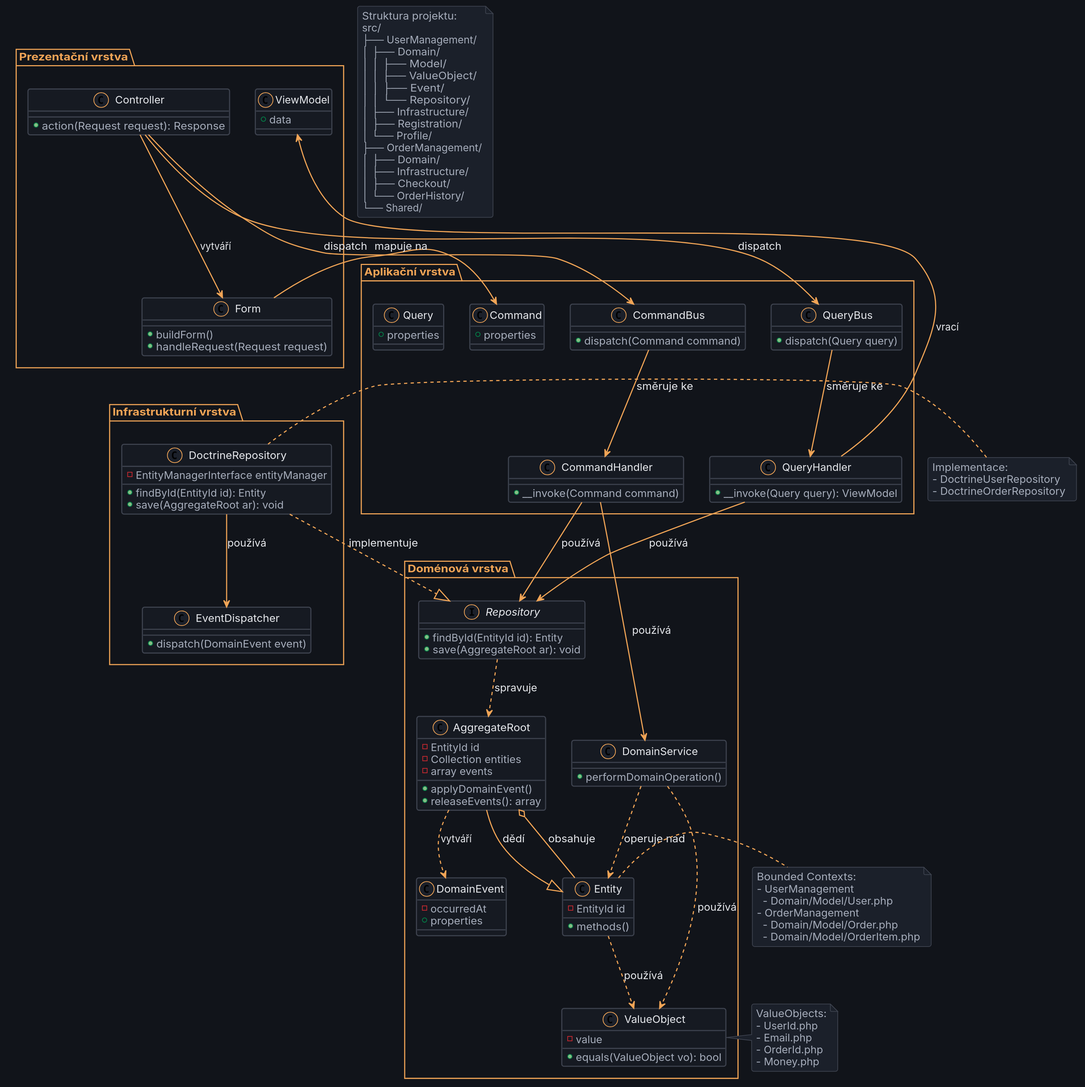
MichalKatuscak/ddd-v-symfony keeps this PlantUML diagram as public/images/diagrams/3_implementation_in_symfony/diagram.svg. Above is the earlier version. Its diagram source:
```plantuml
@startuml diagram
skinparam dpi 150
skinparam backgroundColor #11141A
skinparam shadowing false
skinparam roundCorner 6

skinparam defaultFontName "DejaVu Sans"
skinparam defaultFontSize 14
skinparam defaultFontColor #E6E8EC
skinparam defaultTextAlignment center


skinparam ArrowColor #F0A456
skinparam ArrowFontColor #E6E8EC
skinparam ArrowThickness 1.5

skinparam node {
  BackgroundColor #161A22
  BorderColor #3D424E
  FontColor #E6E8EC
}

skinparam component {
  BackgroundColor #161A22
  BorderColor #3D424E
  FontColor #E6E8EC
}

skinparam rectangle {
  BackgroundColor #161A22
  BorderColor #3D424E
  FontColor #E6E8EC
}

skinparam package {
  BackgroundColor #11141A
  BorderColor #F0A456
  FontColor #F0A456
}

skinparam folder {
  BackgroundColor #161A22
  BorderColor #3D424E
  FontColor #E6E8EC
}

skinparam frame {
  BackgroundColor #161A22
  BorderColor #3D424E
  FontColor #E6E8EC
}

skinparam database {
  BackgroundColor #1B202A
  BorderColor #3D424E
  FontColor #E6E8EC
}

skinparam queue {
  BackgroundColor #1B202A
  BorderColor #3D424E
  FontColor #E6E8EC
}

skinparam cloud {
  BackgroundColor #1B202A
  BorderColor #3D424E
  FontColor #E6E8EC
}

skinparam actor {
  BackgroundColor #161A22
  BorderColor #F0A456
  FontColor #E6E8EC
}

skinparam usecase {
  BackgroundColor #161A22
  BorderColor #3D424E
  FontColor #E6E8EC
}

skinparam class {
  BackgroundColor #161A22
  BorderColor #3D424E
  HeaderBackgroundColor #1B202A
  ArrowColor #F0A456
  FontColor #E6E8EC
  AttributeFontColor #A6ADBB
  StereotypeFontColor #F0A456
}

skinparam object {
  BackgroundColor #161A22
  BorderColor #3D424E
  FontColor #E6E8EC
}

skinparam sequence {
  ParticipantBackgroundColor #161A22
  ParticipantBorderColor #3D424E
  ParticipantFontColor #E6E8EC
  ActorBackgroundColor #161A22
  ActorBorderColor #F0A456
  ActorFontColor #E6E8EC
  LifeLineBorderColor #3D424E
  LifeLineBackgroundColor #1B202A
  ArrowColor #F0A456
  ArrowFontColor #E6E8EC
  GroupBackgroundColor #1B202A
  GroupBorderColor #3D424E
  GroupFontColor #A6ADBB
  GroupHeaderFontColor #F0A456
  BoxBackgroundColor #11141A
  BoxBorderColor #F0A456
  BoxFontColor #F0A456
  DividerBackgroundColor #1B202A
  DividerBorderColor #3D424E
  DividerFontColor #A6ADBB
  ReferenceBackgroundColor #161A22
  ReferenceBorderColor #3D424E
  ReferenceFontColor #E6E8EC
  ReferenceHeaderBackgroundColor #1B202A
  StereotypeFontColor #F0A456
}

skinparam state {
  BackgroundColor #161A22
  BorderColor #3D424E
  FontColor #E6E8EC
  StartColor #F0A456
  EndColor #F0A456
  ArrowColor #F0A456
  AttributeFontColor #A6ADBB
}

skinparam activity {
  BackgroundColor #161A22
  BorderColor #3D424E
  FontColor #E6E8EC
  ArrowColor #F0A456
  StartColor #F0A456
  EndColor #F0A456
  BarColor #F0A456
  DiamondBackgroundColor #1B202A
  DiamondBorderColor #3D424E
  DiamondFontColor #E6E8EC
}

skinparam note {
  BackgroundColor #1B202A
  BorderColor #3D424E
  FontColor #A6ADBB
}

skinparam title {
  FontColor #E6E8EC
  FontSize 18
}

skinparam legend {
  BackgroundColor #161A22
  BorderColor #3D424E
  FontColor #A6ADBB
}

skinparam caption {
  FontColor #A6ADBB
}

skinparam stereotype {
  CBackgroundColor #1B202A
  CBorderColor #F0A456
  ABackgroundColor #1B202A
  ABorderColor #F0A456
  IBackgroundColor #1B202A
  IBorderColor #F0A456
  EBackgroundColor #1B202A
  EBorderColor #F0A456
}

package "Prezentační vrstva" {
  class Controller {
    + action(Request request): Response
  }
  class Form {
    + buildForm()
    + handleRequest(Request request)
  }
  class ViewModel {
    + data
  }
}

package "Aplikační vrstva" {
  class CommandBus {
    + dispatch(Command command)
  }
  class Command {
    + properties
  }
  class CommandHandler {
    + __invoke(Command command)
  }
  class QueryBus {
    + dispatch(Query query)
  }
  class Query {
    + properties
  }
  class QueryHandler {
    + __invoke(Query query): ViewModel
  }
}

package "Doménová vrstva" {
  class Entity {
    - EntityId id
    + methods()
  }
  class ValueObject {
    - value
    + equals(ValueObject vo): bool
  }
  class AggregateRoot {
    - EntityId id
    - Collection entities
    - array events
    + applyDomainEvent()
    + releaseEvents(): array
  }
  class DomainEvent {
    - occurredAt
    + properties
  }
  interface Repository {
    + findById(EntityId id): Entity
    + save(AggregateRoot ar): void
  }
  class DomainService {
    + performDomainOperation()
  }
}

package "Infrastrukturní vrstva" {
  class DoctrineRepository {
    - EntityManagerInterface entityManager
    + findById(EntityId id): Entity
    + save(AggregateRoot ar): void
  }
  class EventDispatcher {
    + dispatch(DomainEvent event)
  }
}

Controller --> CommandBus : dispatch
Controller --> QueryBus : dispatch
Controller --> Form : vytváří
Form --> Command : mapuje na
QueryHandler --> ViewModel : vrací

CommandBus --> CommandHandler : směruje ke
CommandHandler --> Repository : používá
CommandHandler --> DomainService : používá
QueryBus --> QueryHandler : směruje ke
QueryHandler --> Repository : používá

AggregateRoot --|> Entity : dědí
AggregateRoot o-- Entity : obsahuje
AggregateRoot ..> DomainEvent : vytváří
Entity ..> ValueObject : používá
Repository ..> AggregateRoot : spravuje
DomainService ..> Entity : operuje nad
DomainService ..> ValueObject : používá

DoctrineRepository ..|> Repository : implementuje
DoctrineRepository --> EventDispatcher : používá

note right of Entity
  Bounded Contexts:
  - UserManagement
    - Domain/Model/User.php
  - OrderManagement
    - Domain/Model/Order.php
    - Domain/Model/OrderItem.php
end note

note right of ValueObject
  ValueObjects:
  - UserId.php
  - Email.php
  - OrderId.php
  - Money.php
end note

note right of DoctrineRepository
  Implementace:
  - DoctrineUserRepository
  - DoctrineOrderRepository
end note

note as ProjectStructure
  Struktura projektu:
  src/
  ├── UserManagement/
  │   ├── Domain/
  │   │   ├── Model/
  │   │   ├── ValueObject/
  │   │   ├── Event/
  │   │   └── Repository/
  │   ├── Infrastructure/
  │   ├── Registration/
  │   └── Profile/
  ├── OrderManagement/
  │   ├── Domain/
  │   ├── Infrastructure/
  │   ├── Checkout/
  │   └── OrderHistory/
  └── Shared/
end note

@enduml
```
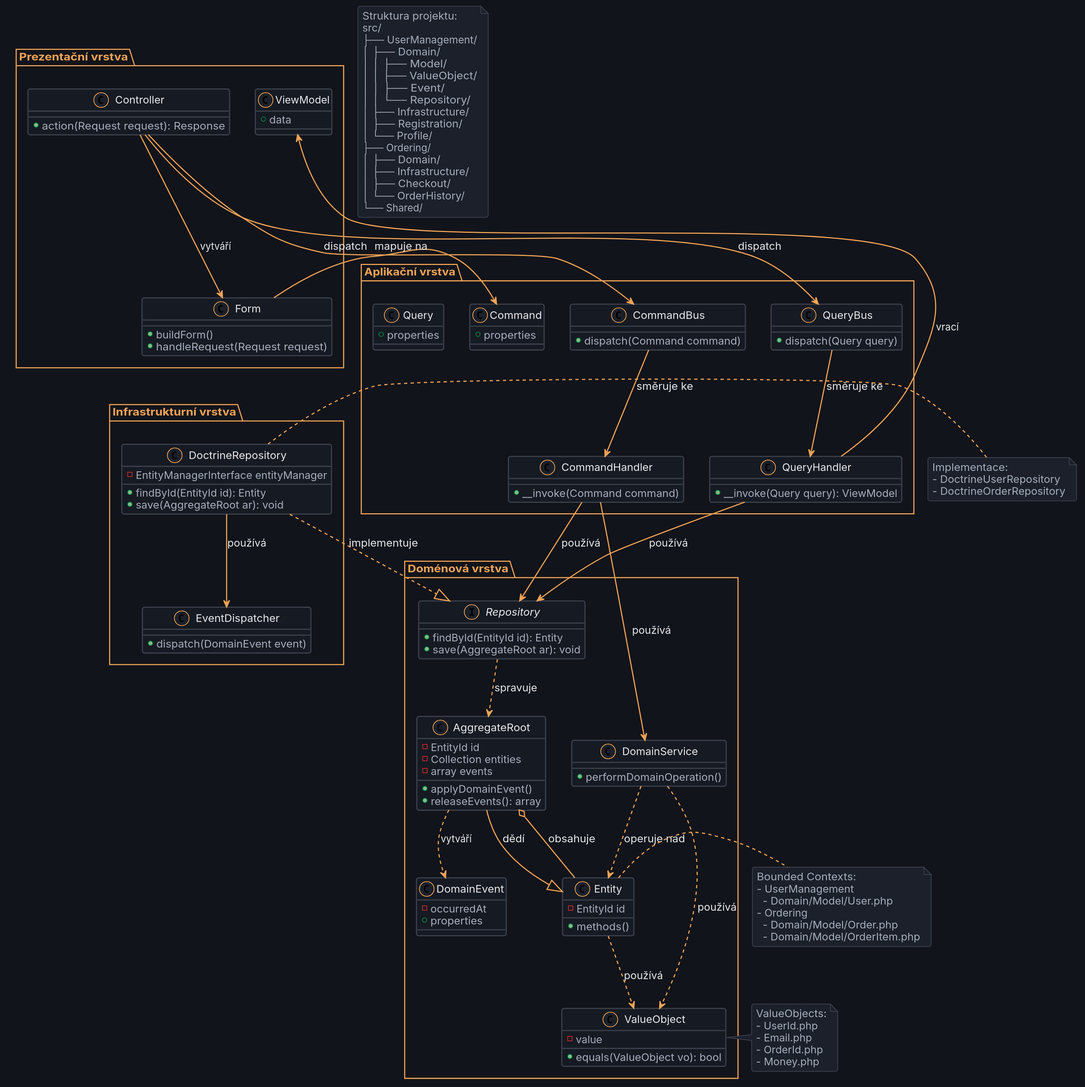
After the change.

The edit, as a diff of the source:
```diff
@@ -280,7 +280,7 @@
   Bounded Contexts:
   - UserManagement
     - Domain/Model/User.php
-  - OrderManagement
+  - Ordering
     - Domain/Model/Order.php
     - Domain/Model/OrderItem.php
 end note
@@ -311,7 +311,7 @@
   │   ├── Infrastructure/
   │   ├── Registration/
   │   └── Profile/
-  ├── OrderManagement/
+  ├── Ordering/
   │   ├── Domain/
   │   ├── Infrastructure/
   │   ├── Checkout/
```
